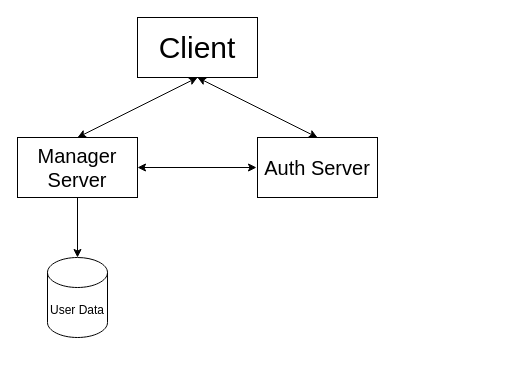
This is ProjectDesign.drawio from Cloneee/baomat, a draw.io file, before an edit. Source tidied: cells renumbered, new cells numbered last; positions are measured from the earlier drawing's top-left corner, leaving out a move shared by most shapes. Both pictures are drawn from the tidied source at 100%, with x=0, y=0 at pixel (17, 17).
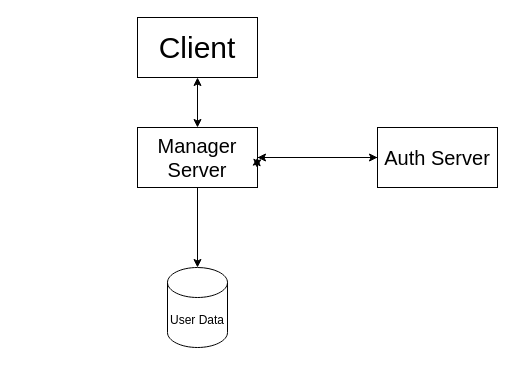
The same diagram, later.

The edit, as a diff of the source:
```diff
@@
 <mxGraphModel>
   <root>
     <mxCell id="0" />
     <mxCell id="1" parent="0" />
     <mxCell id="2" value="&lt;font style=&quot;font-size: 30px&quot;&gt;Client&lt;/font&gt;" style="rounded=0;whiteSpace=wrap;html=1;" parent="1" vertex="1">
       <mxGeometry x="120" width="120" height="60" as="geometry" />
     </mxCell>
     <mxCell id="3" style="edgeStyle=none;html=1;exitX=0.5;exitY=1;exitDx=0;exitDy=0;entryX=0.5;entryY=0;entryDx=0;entryDy=0;entryPerimeter=0;endArrow=classic;endFill=1;" parent="1" edge="1" source="4" target="6">
       <mxGeometry relative="1" as="geometry" />
     </mxCell>
+    <mxCell id="10" style="edgeStyle=none;html=1;" parent="1" edge="1" source="4" target="5">
+      <mxGeometry relative="1" as="geometry" />
+    </mxCell>
     <mxCell id="4" value="&lt;font style=&quot;font-size: 20px&quot;&gt;Manager Server&lt;/font&gt;" style="rounded=0;whiteSpace=wrap;html=1;" parent="1" vertex="1">
-      <mxGeometry y="120" width="120" height="60" as="geometry" />
+      <mxGeometry x="120" y="110" width="120" height="60" as="geometry" />
     </mxCell>
+    <mxCell id="11" style="edgeStyle=none;html=1;entryX=1;entryY=0.5;entryDx=0;entryDy=0;" parent="1" edge="1" source="5" target="4">
+      <mxGeometry relative="1" as="geometry" />
+    </mxCell>
     <mxCell id="5" value="&lt;font style=&quot;font-size: 20px&quot;&gt;Auth Server&lt;/font&gt;" style="rounded=0;whiteSpace=wrap;html=1;" parent="1" vertex="1">
-      <mxGeometry x="240" y="120" width="120" height="60" as="geometry" />
+      <mxGeometry x="360" y="110" width="120" height="60" as="geometry" />
     </mxCell>
     <mxCell id="6" value="User Data" style="shape=cylinder3;whiteSpace=wrap;html=1;boundedLbl=1;backgroundOutline=1;size=15;" parent="1" vertex="1">
-      <mxGeometry x="30" y="240" width="60" height="80" as="geometry" />
+      <mxGeometry x="150" y="250" width="60" height="80" as="geometry" />
     </mxCell>
     <mxCell id="7" style="endArrow=classic;startArrow=classic;html=1;exitX=1;exitY=0.5;exitDx=0;exitDy=0;" parent="1" edge="1" source="4">
       <mxGeometry relative="1" as="geometry">
         <mxPoint x="239" y="150" as="targetPoint" />
       </mxGeometry>
     </mxCell>
     <mxCell id="8" style="endArrow=classic;startArrow=classic;html=1;entryX=0.5;entryY=1;entryDx=0;entryDy=0;exitX=0.5;exitY=0;exitDx=0;exitDy=0;" parent="1" edge="1" source="4" target="2">
       <mxGeometry relative="1" as="geometry" />
     </mxCell>
-    <mxCell id="9" style="endArrow=classic;startArrow=classic;html=1;exitX=0.5;exitY=0;exitDx=0;exitDy=0;" parent="1" edge="1" source="5">
-      <mxGeometry relative="1" as="geometry">
-        <mxPoint x="180" y="60" as="targetPoint" />
-      </mxGeometry>
-    </mxCell>
   </root>
 </mxGraphModel>
```
